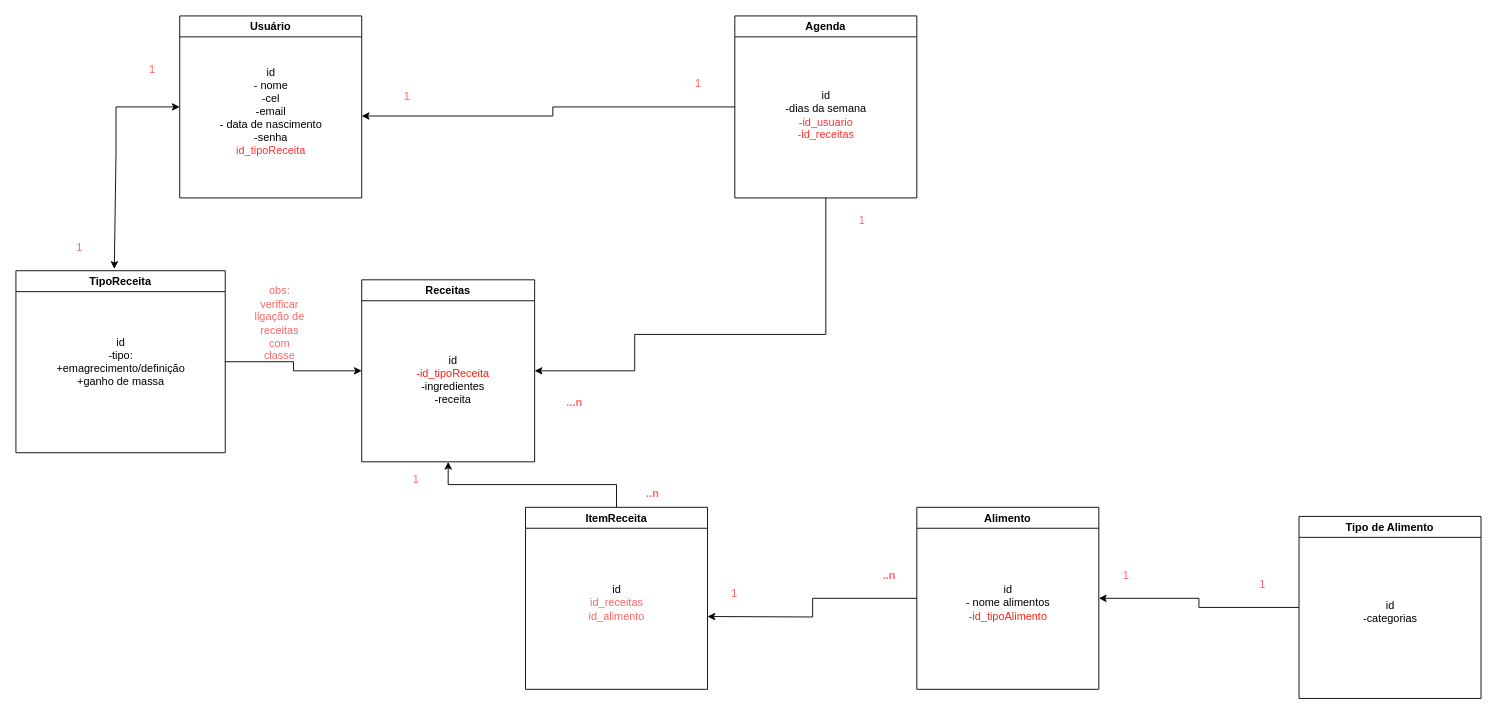
Above: Documentacao/DiagramaBD2.drawio in FelipeRoriz0/MakeYourdiet (draw.io), before the change. Source tidied: cells renumbered, new cells numbered last; positions are measured from the earlier drawing's top-left corner, leaving out a move shared by most shapes. Both pictures are drawn from the tidied source at 91%, with x=0, y=0 at pixel (15, 15).
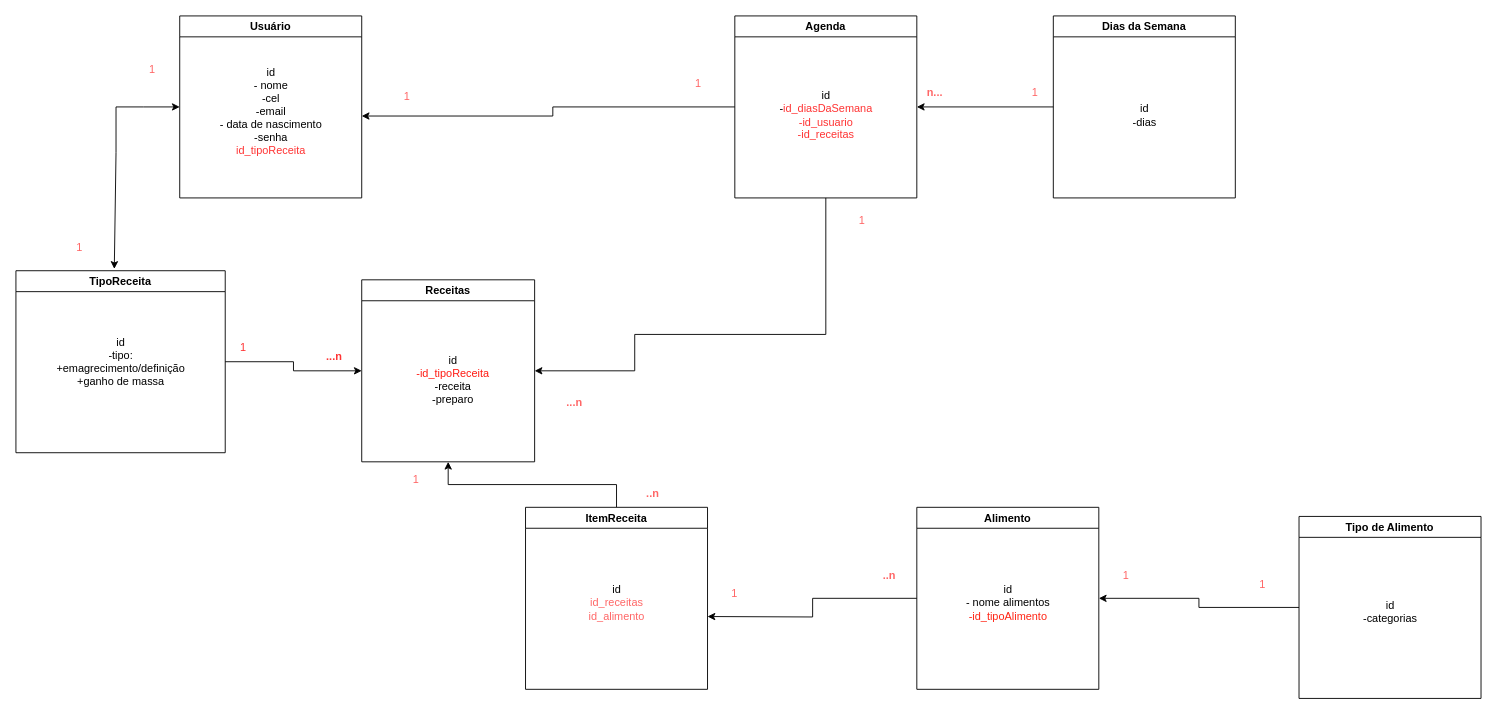
The same page after the edit.

The change refers to these unchanged cells:
```xml
<mxCell id="10" value="Receitas" style="swimlane;" parent="1" vertex="1">
  <mxGeometry x="380" y="290" width="190" height="200" as="geometry" />
</mxCell>
<mxCell id="18" value="Agenda" style="swimlane;" parent="1" vertex="1">
  <mxGeometry x="790" width="200" height="200" as="geometry" />
</mxCell>
```

Diff of the diagram source:
```diff
@@
-    <mxCell id="11" value="id&lt;br&gt;&lt;font color=&quot;#ff1a12&quot;&gt;-id_tipoReceita&lt;/font&gt;&lt;br&gt;-ingredientes&lt;br&gt;-receita" style="text;html=1;align=center;verticalAlign=middle;strokeColor=none;fillColor=none;rotation=0;" parent="10" vertex="1">
+    <mxCell id="11" value="id&lt;br&gt;&lt;font color=&quot;#ff1a12&quot;&gt;-id_tipoReceita&lt;/font&gt;&lt;br&gt;-receita&lt;br&gt;-preparo" style="text;html=1;align=center;verticalAlign=middle;strokeColor=none;fillColor=none;rotation=0;" parent="10" vertex="1">
       <mxGeometry x="50" y="75" width="100" height="70" as="geometry" />
     </mxCell>
@@
-    <mxCell id="19" value="id&lt;br&gt;-dias da semana&lt;br&gt;&lt;font color=&quot;#ff3333&quot;&gt;-id_usuario&lt;br&gt;-id_receitas&lt;/font&gt;" style="text;html=1;align=center;verticalAlign=middle;strokeColor=none;fillColor=none;rotation=0;" parent="18" vertex="1">
-      <mxGeometry x="45" y="74" width="110" height="70" as="geometry" />
+    <mxCell id="19" value="id&lt;br&gt;-&lt;font color=&quot;#ff3333&quot;&gt;id_diasDaSemana&lt;/font&gt;&lt;br&gt;&lt;font color=&quot;#ff3333&quot;&gt;-id_usuario&lt;br&gt;-id_receitas&lt;/font&gt;" style="text;html=1;align=center;verticalAlign=middle;strokeColor=none;fillColor=none;rotation=0;" parent="18" vertex="1">
+      <mxGeometry x="35" y="74" width="130" height="70" as="geometry" />
     </mxCell>
-    <mxCell id="20" value="&lt;font color=&quot;#ff6666&quot;&gt;obs: verificar ligação de receitas com classe&lt;/font&gt;" style="text;html=1;strokeColor=none;fillColor=none;align=center;verticalAlign=middle;whiteSpace=wrap;rounded=0;" parent="1" vertex="1">
-      <mxGeometry x="260" y="323" width="60" height="30" as="geometry" />
-    </mxCell>
@@
-    <mxCell id="33" value="&lt;b&gt;..n&lt;/b&gt;" style="text;html=1;strokeColor=none;fillColor=none;align=center;verticalAlign=middle;whiteSpace=wrap;rounded=0;fontColor=#FF6666;" parent="1" vertex="1">
+    <mxCell id="33" value="&lt;span&gt;..n&lt;/span&gt;" style="text;html=1;strokeColor=none;fillColor=none;align=center;verticalAlign=middle;whiteSpace=wrap;rounded=0;fontColor=#FF6666;fontStyle=1;" parent="1" vertex="1">
       <mxGeometry x="930" y="600" width="60" height="30" as="geometry" />
     </mxCell>
@@
+    <mxCell id="36" value="1" style="text;html=1;strokeColor=none;fillColor=none;align=center;verticalAlign=middle;whiteSpace=wrap;rounded=0;fontColor=#FF3333;" parent="1" vertex="1">
+      <mxGeometry x="220" y="350" width="60" height="30" as="geometry" />
+    </mxCell>
+    <mxCell id="37" value="...n" style="text;html=1;align=center;verticalAlign=middle;whiteSpace=wrap;rounded=0;fontColor=#FF3333;fontStyle=1;" parent="1" vertex="1">
+      <mxGeometry x="320" y="360" width="60" height="30" as="geometry" />
+    </mxCell>
+    <mxCell id="38" style="edgeStyle=orthogonalEdgeStyle;rounded=0;jettySize=auto;html=1;entryX=1;entryY=0.5;entryDx=0;entryDy=0;fontColor=#FF3333;" parent="1" edge="1" source="39" target="18">
+      <mxGeometry relative="1" as="geometry" />
+    </mxCell>
+    <mxCell id="39" value="Dias da Semana" style="swimlane;" parent="1" vertex="1">
+      <mxGeometry x="1140" width="200" height="200" as="geometry" />
+    </mxCell>
+    <mxCell id="40" value="id&lt;br&gt;-dias" style="text;html=1;align=center;verticalAlign=middle;strokeColor=none;fillColor=none;rotation=0;" parent="39" vertex="1">
+      <mxGeometry x="75" y="89" width="50" height="40" as="geometry" />
+    </mxCell>
+    <mxCell id="41" value="&lt;b&gt;n...&lt;/b&gt;" style="text;html=1;strokeColor=none;fillColor=none;align=center;verticalAlign=middle;whiteSpace=wrap;rounded=0;fontColor=#FF6666;" parent="1" vertex="1">
+      <mxGeometry x="980" y="70" width="60" height="30" as="geometry" />
+    </mxCell>
+    <mxCell id="42" value="1" style="text;html=1;strokeColor=none;fillColor=none;align=center;verticalAlign=middle;whiteSpace=wrap;rounded=0;fontColor=#FF6666;" parent="1" vertex="1">
+      <mxGeometry x="1090" y="70" width="60" height="30" as="geometry" />
+    </mxCell>
```
